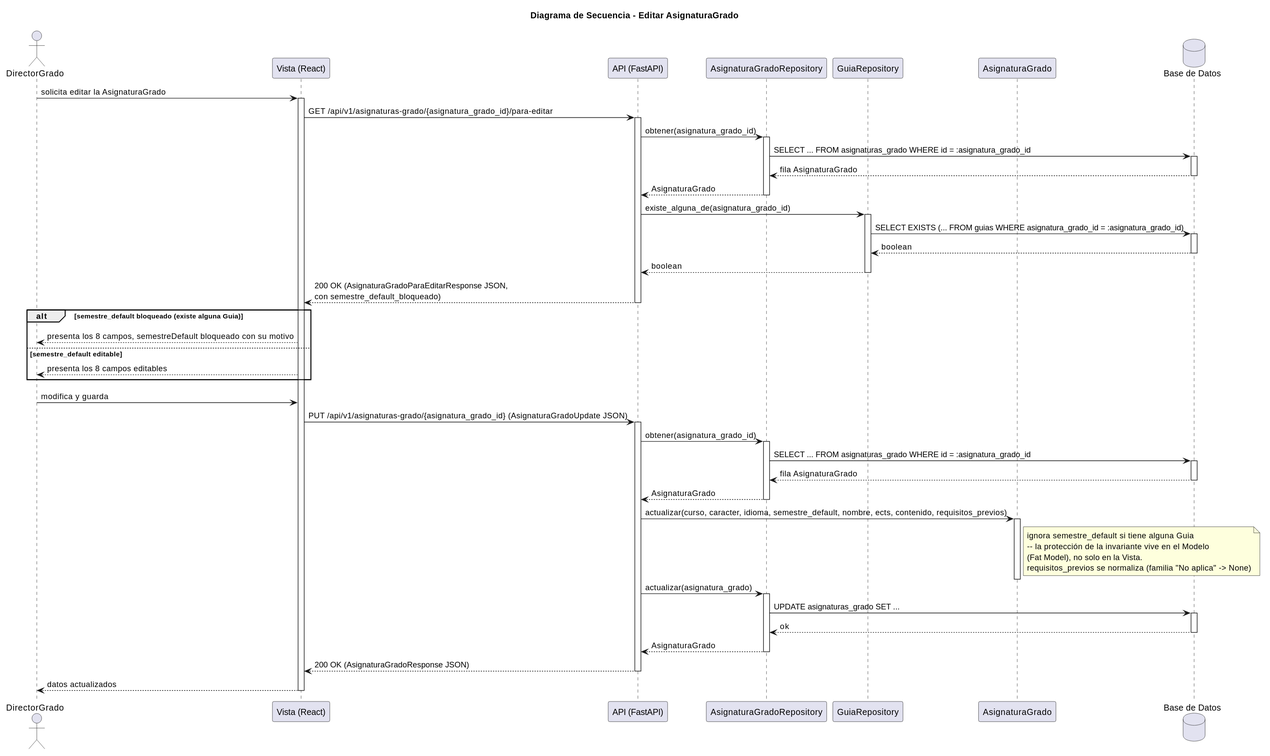
Before: images/RUP/03-diseño/casos-uso/editarAsignaturaPrograma/secuencia.svg, a diagram exported from PlantUML (mmasias/pyCeldaPublico).
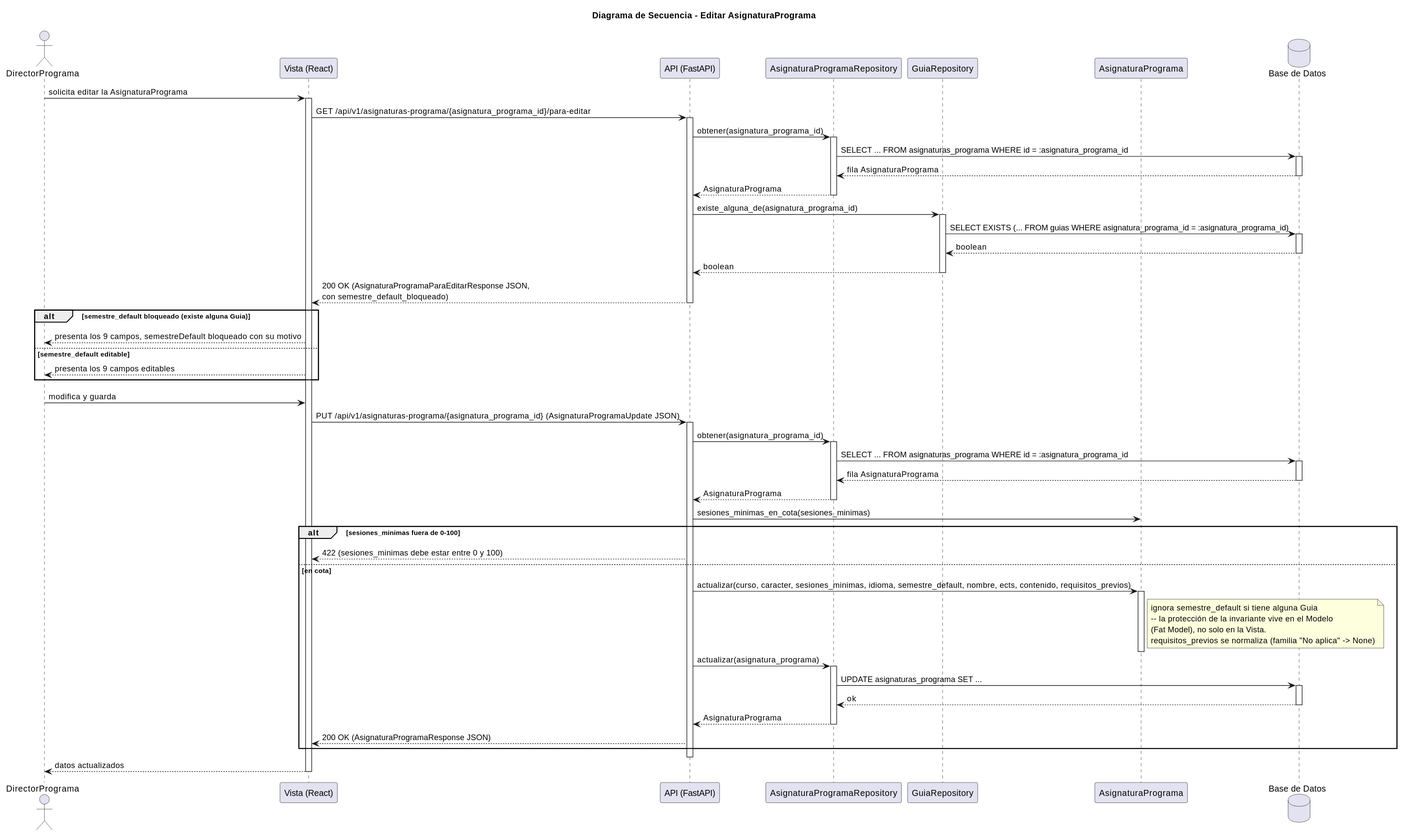
Above is the later version.

Change to the diagram source:
```diff
@@ -1,73 +1,78 @@
 @startuml
-title Diagrama de Secuencia - Editar AsignaturaGrado
+title Diagrama de Secuencia - Editar AsignaturaPrograma
 
-actor "DirectorGrado" as DirectorGrado
+actor "DirectorPrograma" as DirectorPrograma
 participant "Vista (React)" as Vista
 participant "API (FastAPI)" as API
-participant "AsignaturaGradoRepository" as AsignaturaGradoRepo
+participant "AsignaturaProgramaRepository" as AsignaturaProgramaRepo
 participant "GuiaRepository" as GuiaRepo
-participant "AsignaturaGrado" as AsignaturaGrado
+participant "AsignaturaPrograma" as AsignaturaPrograma
 database "Base de Datos" as DB
 
-DirectorGrado -> Vista: solicita editar la AsignaturaGrado
+DirectorPrograma -> Vista: solicita editar la AsignaturaPrograma
 activate Vista
-Vista -> API: GET /api/v1/asignaturas-grado/{asignatura_grado_id}/para-editar
+Vista -> API: GET /api/v1/asignaturas-programa/{asignatura_programa_id}/para-editar
 activate API
-API -> AsignaturaGradoRepo: obtener(asignatura_grado_id)
-activate AsignaturaGradoRepo
-AsignaturaGradoRepo -> DB: SELECT ... FROM asignaturas_grado WHERE id = :asignatura_grado_id
+API -> AsignaturaProgramaRepo: obtener(asignatura_programa_id)
+activate AsignaturaProgramaRepo
+AsignaturaProgramaRepo -> DB: SELECT ... FROM asignaturas_programa WHERE id = :asignatura_programa_id
 activate DB
-DB --> AsignaturaGradoRepo: fila AsignaturaGrado
+DB --> AsignaturaProgramaRepo: fila AsignaturaPrograma
 deactivate DB
-AsignaturaGradoRepo --> API: AsignaturaGrado
-deactivate AsignaturaGradoRepo
+AsignaturaProgramaRepo --> API: AsignaturaPrograma
+deactivate AsignaturaProgramaRepo
 
-API -> GuiaRepo: existe_alguna_de(asignatura_grado_id)
+API -> GuiaRepo: existe_alguna_de(asignatura_programa_id)
 activate GuiaRepo
-GuiaRepo -> DB: SELECT EXISTS (... FROM guias WHERE asignatura_grado_id = :asignatura_grado_id)
+GuiaRepo -> DB: SELECT EXISTS (... FROM guias WHERE asignatura_programa_id = :asignatura_programa_id)
 activate DB
 DB --> GuiaRepo: boolean
 deactivate DB
 GuiaRepo --> API: boolean
 deactivate GuiaRepo
 
-API --> Vista: 200 OK (AsignaturaGradoParaEditarResponse JSON,\ncon semestre_default_bloqueado)
+API --> Vista: 200 OK (AsignaturaProgramaParaEditarResponse JSON,\ncon semestre_default_bloqueado)
 deactivate API
 
 alt semestre_default bloqueado (existe alguna Guia)
-  Vista --> DirectorGrado: presenta los 8 campos, semestreDefault bloqueado con su motivo
+  Vista --> DirectorPrograma: presenta los 9 campos, semestreDefault bloqueado con su motivo
 else semestre_default editable
-  Vista --> DirectorGrado: presenta los 8 campos editables
+  Vista --> DirectorPrograma: presenta los 9 campos editables
 end
 
-DirectorGrado -> Vista: modifica y guarda
-Vista -> API: PUT /api/v1/asignaturas-grado/{asignatura_grado_id} (AsignaturaGradoUpdate JSON)
+DirectorPrograma -> Vista: modifica y guarda
+Vista -> API: PUT /api/v1/asignaturas-programa/{asignatura_programa_id} (AsignaturaProgramaUpdate JSON)
 activate API
-API -> AsignaturaGradoRepo: obtener(asignatura_grado_id)
-activate AsignaturaGradoRepo
-AsignaturaGradoRepo -> DB: SELECT ... FROM asignaturas_grado WHERE id = :asignatura_grado_id
+API -> AsignaturaProgramaRepo: obtener(asignatura_programa_id)
+activate AsignaturaProgramaRepo
+AsignaturaProgramaRepo -> DB: SELECT ... FROM asignaturas_programa WHERE id = :asignatura_programa_id
 activate DB
-DB --> AsignaturaGradoRepo: fila AsignaturaGrado
+DB --> AsignaturaProgramaRepo: fila AsignaturaPrograma
 deactivate DB
-AsignaturaGradoRepo --> API: AsignaturaGrado
-deactivate AsignaturaGradoRepo
+AsignaturaProgramaRepo --> API: AsignaturaPrograma
+deactivate AsignaturaProgramaRepo
 
-API -> AsignaturaGrado: actualizar(curso, caracter, idioma, semestre_default, nombre, ects, contenido, requisitos_previos)
-activate AsignaturaGrado
-note right of AsignaturaGrado: ignora semestre_default si tiene alguna Guia\n-- la protección de la invariante vive en el Modelo\n(Fat Model), no solo en la Vista.\nrequisitos_previos se normaliza (familia "No aplica" -> None)
-deactivate AsignaturaGrado
+API -> AsignaturaPrograma: sesiones_minimas_en_cota(sesiones_minimas)
+alt sesiones_minimas fuera de 0-100
+  API --> Vista: 422 (sesiones_minimas debe estar entre 0 y 100)
+else en cota
+  API -> AsignaturaPrograma: actualizar(curso, caracter, sesiones_minimas, idioma, semestre_default, nombre, ects, contenido, requisitos_previos)
+  activate AsignaturaPrograma
+  note right of AsignaturaPrograma: ignora semestre_default si tiene alguna Guia\n-- la protección de la invariante vive en el Modelo\n(Fat Model), no solo en la Vista.\nrequisitos_previos se normaliza (familia "No aplica" -> None)
+  deactivate AsignaturaPrograma
 
-API -> AsignaturaGradoRepo: actualizar(asignatura_grado)
-activate AsignaturaGradoRepo
-AsignaturaGradoRepo -> DB: UPDATE asignaturas_grado SET ...
-activate DB
-DB --> AsignaturaGradoRepo: ok
-deactivate DB
-AsignaturaGradoRepo --> API: AsignaturaGrado
-deactivate AsignaturaGradoRepo
+  API -> AsignaturaProgramaRepo: actualizar(asignatura_programa)
+  activate AsignaturaProgramaRepo
+  AsignaturaProgramaRepo -> DB: UPDATE asignaturas_programa SET ...
+  activate DB
+  DB --> AsignaturaProgramaRepo: ok
+  deactivate DB
+  AsignaturaProgramaRepo --> API: AsignaturaPrograma
+  deactivate AsignaturaProgramaRepo
 
-API --> Vista: 200 OK (AsignaturaGradoResponse JSON)
+  API --> Vista: 200 OK (AsignaturaProgramaResponse JSON)
+end
 deactivate API
-Vista --> DirectorGrado: datos actualizados
+Vista --> DirectorPrograma: datos actualizados
 deactivate Vista
 @enduml
```
